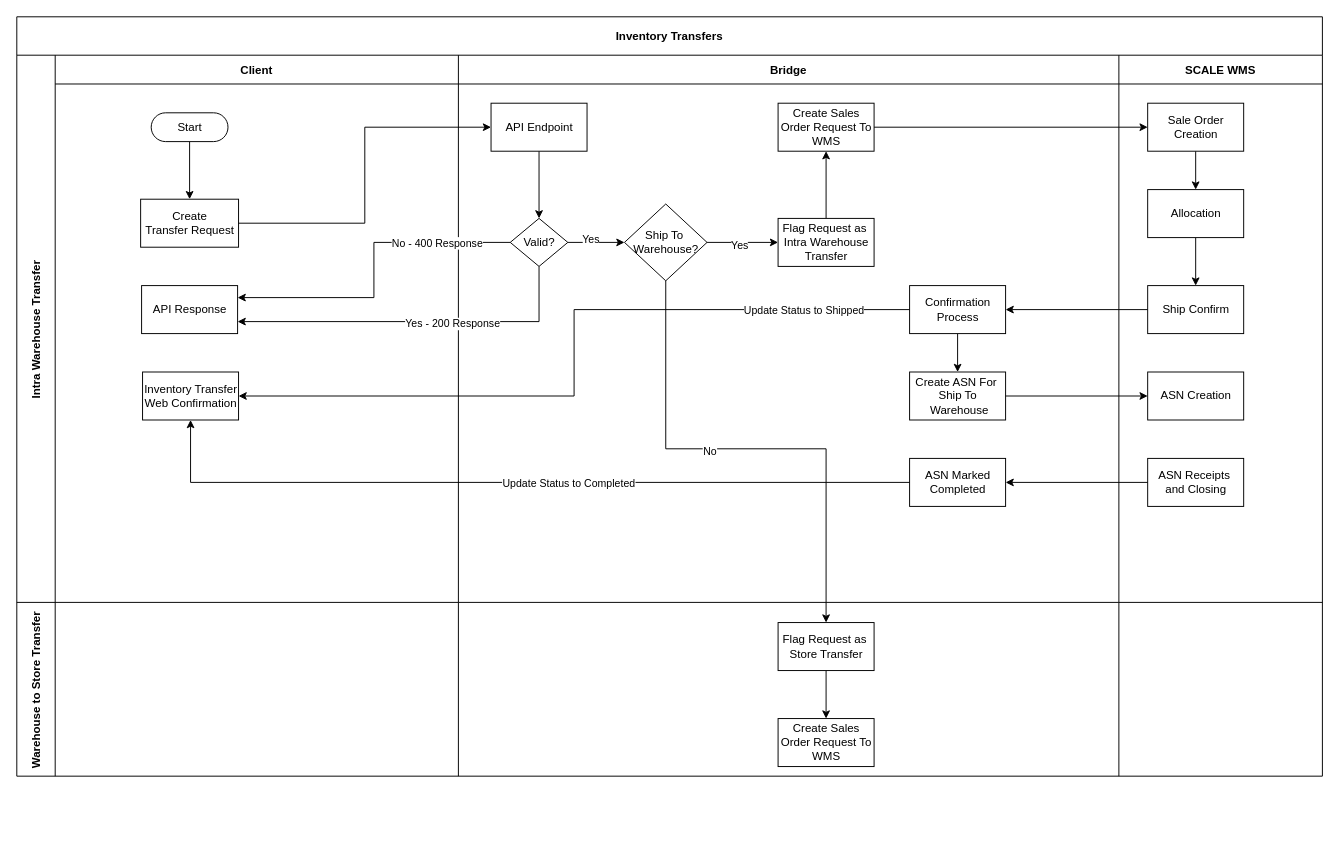
This is page "Data Flows" (1 of 2) of InventoryTransferFlows.drawio from campbelltravis/Workflows, a draw.io file, before an edit. Source tidied: cells renumbered, new cells numbered last; positions are measured from the earlier drawing's top-left corner, leaving out a move shared by most shapes. Both pictures are drawn from the tidied source at 96%, with x=0, y=0 at pixel (16, 16).
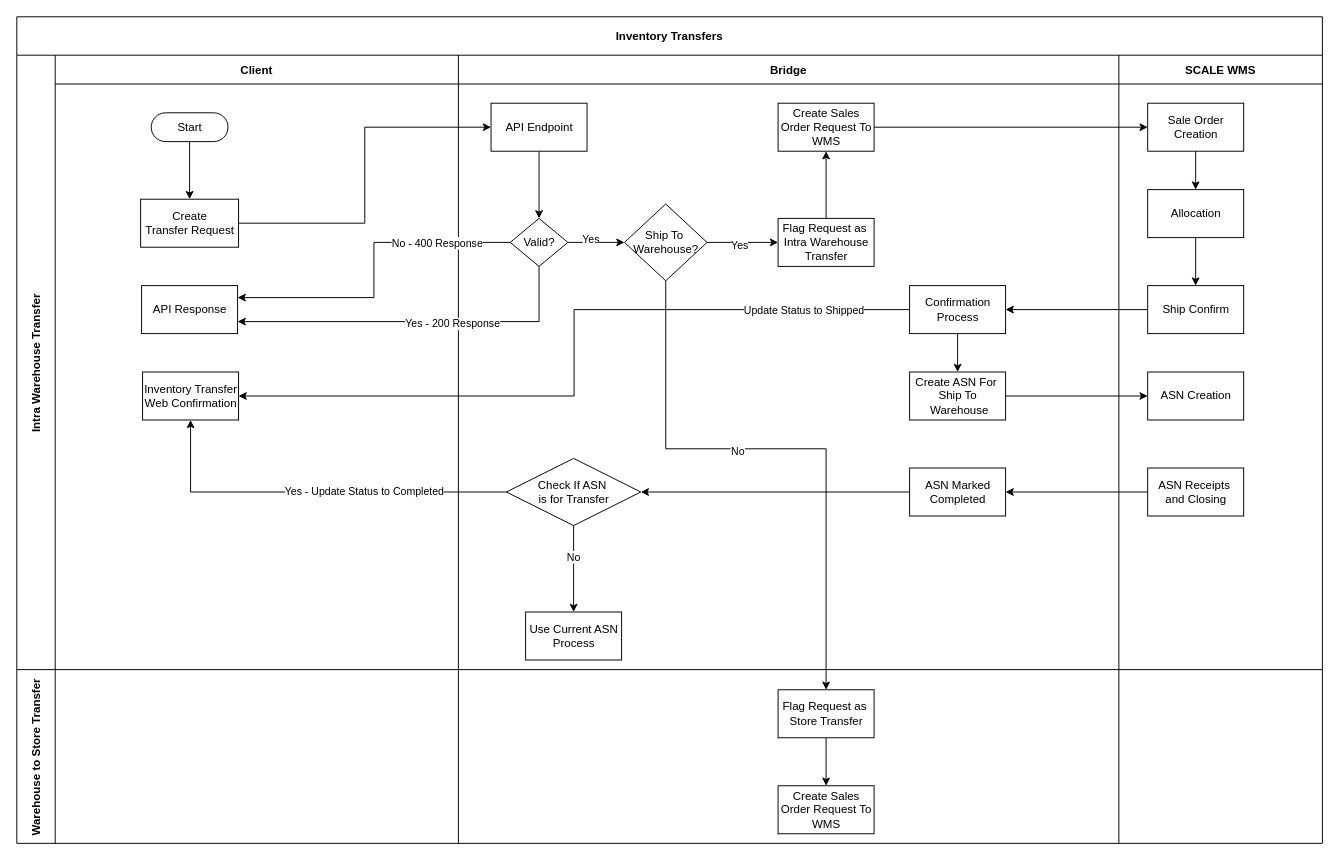
After the change.

The change refers to these unchanged cells:
```xml
<mxCell id="9" value="Inventory Transfer&lt;br&gt;Web Confirmation" style="html=1;dashed=0;whitespace=wrap;" parent="4" vertex="1">
  <mxGeometry x="91" y="330" width="100" height="50" as="geometry" />
</mxCell>
```

Change to the diagram source:
```diff
@@
     <mxCell id="2" value="Inventory Transfers" style="shape=table;childLayout=tableLayout;startSize=40;fillColor=none;fontStyle=1;" parent="1" vertex="1">
-      <mxGeometry width="1360" height="791" as="geometry" />
+      <mxGeometry width="1360" height="861" as="geometry" />
     </mxCell>
     <mxCell id="3" value="Intra Warehouse Transfer" style="shape=tableRow;horizontal=0;swimlaneHead=0;swimlaneBody=0;top=0;left=0;bottom=0;right=0;fillColor=none;startSize=40;fontStyle=1;" parent="2" vertex="1">
-      <mxGeometry y="40" width="1360" height="570" as="geometry" />
+      <mxGeometry y="40" width="1360" height="640" as="geometry" />
     </mxCell>
     <mxCell id="4" value="Client" style="swimlane;swimlaneHead=0;swimlaneBody=0;fillColor=none;startSize=30;fontStyle=1;" parent="3" vertex="1">
-      <mxGeometry x="40" width="420" height="570" as="geometry" />
+      <mxGeometry x="40" width="420" height="640" as="geometry" />
     </mxCell>
@@
     <mxCell id="10" value="Bridge" style="swimlane;swimlaneHead=0;swimlaneBody=0;fillColor=none;startSize=30;fontStyle=1;" parent="3" vertex="1">
-      <mxGeometry x="460" width="688" height="570" as="geometry" />
+      <mxGeometry x="460" width="688" height="640" as="geometry" />
     </mxCell>
@@
+    <mxCell id="56" style="edgeStyle=orthogonalEdgeStyle;rounded=0;jettySize=auto;html=1;exitX=0;exitY=0.5;exitDx=0;exitDy=0;entryX=1;entryY=0.5;entryDx=0;entryDy=0;" parent="10" edge="1" source="25" target="59">
+      <mxGeometry relative="1" as="geometry" />
+    </mxCell>
     <mxCell id="25" value="ASN Marked&lt;br&gt;Completed" style="html=1;dashed=0;whitespace=wrap;" parent="10" vertex="1">
-      <mxGeometry x="470" y="420" width="100" height="50" as="geometry" />
+      <mxGeometry x="470" y="430" width="100" height="50" as="geometry" />
     </mxCell>
+    <mxCell id="57" style="edgeStyle=orthogonalEdgeStyle;rounded=0;jettySize=auto;html=1;exitX=0.5;exitY=1;exitDx=0;exitDy=0;entryX=0.5;entryY=0;entryDx=0;entryDy=0;" parent="10" edge="1" source="59" target="60">
+      <mxGeometry relative="1" as="geometry">
+        <Array as="points">
+          <mxPoint x="120" y="520" />
+          <mxPoint x="120" y="520" />
+        </Array>
+      </mxGeometry>
+    </mxCell>
+    <mxCell id="58" value="No" style="edgeLabel;html=1;align=center;verticalAlign=middle;" parent="57" vertex="1">
+      <mxGeometry x="-0.29" y="-1" relative="1" as="geometry" />
+    </mxCell>
+    <mxCell id="59" value="Check If ASN&amp;nbsp;&lt;br&gt;is for Transfer" style="shape=rhombus;html=1;dashed=0;whitespace=wrap;perimeter=rhombusPerimeter;" parent="10" vertex="1">
+      <mxGeometry x="50" y="420" width="140" height="70" as="geometry" />
+    </mxCell>
+    <mxCell id="60" value="Use Current ASN&lt;br&gt;Process" style="html=1;dashed=0;whitespace=wrap;" parent="10" vertex="1">
+      <mxGeometry x="70" y="580" width="100" height="50" as="geometry" />
+    </mxCell>
     <mxCell id="26" value="SCALE WMS" style="swimlane;swimlaneHead=0;swimlaneBody=0;fillColor=none;startSize=30;fontStyle=1;" parent="3" vertex="1">
-      <mxGeometry x="1148" width="212" height="570" as="geometry" />
+      <mxGeometry x="1148" width="212" height="640" as="geometry" />
     </mxCell>
@@
     <mxCell id="33" value="ASN Receipts&amp;nbsp;&lt;br&gt;and Closing" style="html=1;dashed=0;whitespace=wrap;" parent="26" vertex="1">
-      <mxGeometry x="30" y="420" width="100" height="50" as="geometry" />
+      <mxGeometry x="30" y="430" width="100" height="50" as="geometry" />
     </mxCell>
@@
-    <mxCell id="45" style="edgeStyle=orthogonalEdgeStyle;rounded=0;jettySize=auto;html=1;exitX=0;exitY=0.5;exitDx=0;exitDy=0;" parent="3" edge="1" source="25" target="9">
-      <mxGeometry relative="1" as="geometry" />
-    </mxCell>
-    <mxCell id="46" value="Update Status to Completed" style="edgeLabel;html=1;align=center;verticalAlign=middle;" parent="45" vertex="1">
-      <mxGeometry x="0.01" relative="1" as="geometry">
-        <mxPoint x="55" as="offset" />
-      </mxGeometry>
-    </mxCell>
+    <mxCell id="61" style="edgeStyle=orthogonalEdgeStyle;rounded=0;jettySize=auto;html=1;exitX=0;exitY=0.5;exitDx=0;exitDy=0;entryX=0.5;entryY=1;entryDx=0;entryDy=0;" parent="3" edge="1" source="59" target="9">
+      <mxGeometry relative="1" as="geometry" />
+    </mxCell>
+    <mxCell id="62" value="Yes - Update Status to Completed" style="edgeLabel;html=1;align=center;verticalAlign=middle;" parent="61" vertex="1">
+      <mxGeometry x="-0.26" y="-1" relative="1" as="geometry" />
+    </mxCell>
     <mxCell id="47" value="Warehouse to Store Transfer" style="shape=tableRow;horizontal=0;swimlaneHead=0;swimlaneBody=0;top=0;left=0;bottom=0;right=0;fillColor=none;startSize=40;fontStyle=1;" parent="2" vertex="1">
-      <mxGeometry y="610" width="1360" height="181" as="geometry" />
+      <mxGeometry y="680" width="1360" height="181" as="geometry" />
     </mxCell>
```
